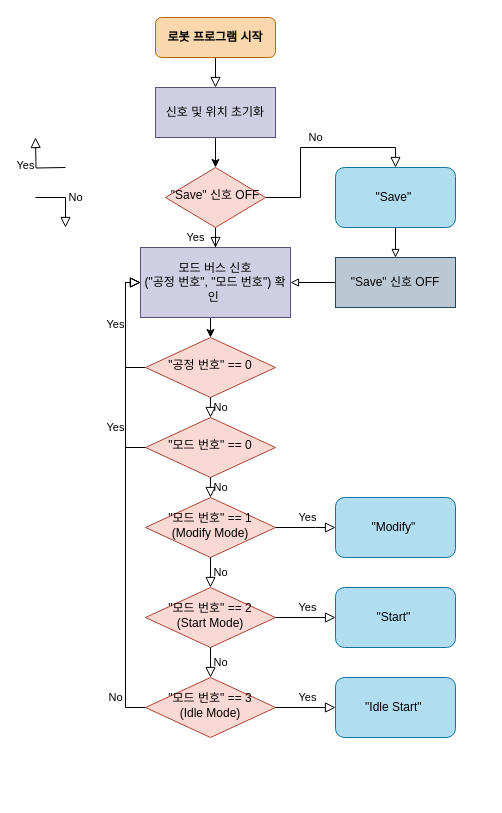
The draw.io diagram page "Page-1" (1 of 3) of 제목 없는 다이어그램.drawio in LeeJuMyeong/Documents, before the edit. Source tidied: cells renumbered, new cells numbered last; positions are measured from the earlier drawing's top-left corner, leaving out a move shared by most shapes. Both pictures are drawn from the tidied source at 100%, with x=0, y=0 at pixel (35, 17).
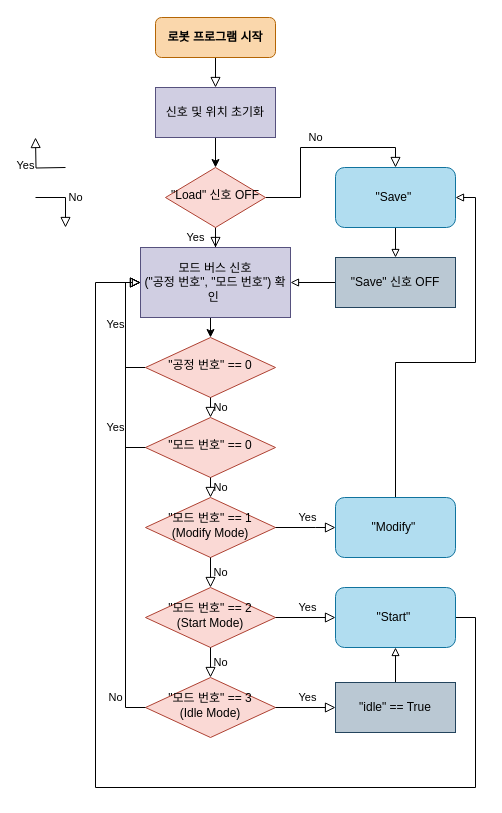
Above is the later version.

The change refers to these unchanged cells:
```xml
<mxCell id="12" value="&quot;Save&quot;&amp;nbsp;" style="rounded=1;whiteSpace=wrap;html=1;fillColor=#b1ddf0;strokeColor=#10739e;" parent="1" vertex="1">
  <mxGeometry x="300" y="150" width="120" height="60" as="geometry" />
</mxCell>
<mxCell id="14" value="모드 버스 신호 &lt;br&gt;(&quot;공정 번호&quot;, &quot;모드 번호&quot;) 확인&amp;nbsp;" style="rounded=0;whiteSpace=wrap;html=1;fillColor=#d0cee2;strokeColor=#56517e;" parent="1" vertex="1">
  <mxGeometry x="105" y="230" width="150" height="70" as="geometry" />
</mxCell>
<mxCell id="21" value="&quot;모드 번호&quot; == 3&lt;br&gt;(Idle Mode)" style="rhombus;whiteSpace=wrap;html=1;shadow=0;fontFamily=Helvetica;fontSize=12;align=center;strokeWidth=1;spacing=6;spacingTop=-4;fillColor=#fad9d5;strokeColor=#ae4132;" parent="1" vertex="1">
  <mxGeometry x="110" y="660" width="130" height="60" as="geometry" />
</mxCell>
<mxCell id="30" value="&quot;Modify&quot;&amp;nbsp;" style="rounded=1;whiteSpace=wrap;html=1;fillColor=#b1ddf0;strokeColor=#10739e;" parent="1" vertex="1">
  <mxGeometry x="300" y="480" width="120" height="60" as="geometry" />
</mxCell>
<mxCell id="31" value="&quot;Start&quot;&amp;nbsp;" style="rounded=1;whiteSpace=wrap;html=1;fillColor=#b1ddf0;strokeColor=#10739e;" parent="1" vertex="1">
  <mxGeometry x="300" y="570" width="120" height="60" as="geometry" />
</mxCell>
```

Diff of the diagram source:
```diff
@@
-    <mxCell id="6" value="&quot;Save&quot; 신호 OFF" style="rhombus;whiteSpace=wrap;html=1;shadow=0;fontFamily=Helvetica;fontSize=12;align=center;strokeWidth=1;spacing=6;spacingTop=-4;fillColor=#fad9d5;strokeColor=#ae4132;" parent="1" vertex="1">
+    <mxCell id="6" value="&quot;Load&quot; 신호 OFF" style="rhombus;whiteSpace=wrap;html=1;shadow=0;fontFamily=Helvetica;fontSize=12;align=center;strokeWidth=1;spacing=6;spacingTop=-4;fillColor=#fad9d5;strokeColor=#ae4132;" parent="1" vertex="1">
       <mxGeometry x="130" y="150" width="100" height="60" as="geometry" />
     </mxCell>
@@
-    <mxCell id="28" value="Yes" style="edgeStyle=orthogonalEdgeStyle;rounded=0;html=1;jettySize=auto;fontSize=11;endArrow=block;endFill=0;endSize=8;strokeWidth=1;shadow=0;labelBackgroundColor=none;exitX=1;exitY=0.5;exitDx=0;exitDy=0;entryX=0;entryY=0.5;entryDx=0;entryDy=0;" parent="1" edge="1" source="21" target="32">
+    <mxCell id="28" value="Yes" style="edgeStyle=orthogonalEdgeStyle;rounded=0;html=1;jettySize=auto;fontSize=11;endArrow=block;endFill=0;endSize=8;strokeWidth=1;shadow=0;labelBackgroundColor=none;exitX=1;exitY=0.5;exitDx=0;exitDy=0;entryX=0;entryY=0.5;entryDx=0;entryDy=0;" parent="1" edge="1" source="21" target="39">
       <mxGeometry x="0.05" y="10" relative="1" as="geometry" />
     </mxCell>
@@
+    <mxCell id="35" style="edgeStyle=orthogonalEdgeStyle;rounded=0;jettySize=auto;html=1;entryX=1;entryY=0.5;entryDx=0;entryDy=0;fontSize=25;fontColor=#FF0000;endArrow=block;endFill=0;" parent="1" edge="1" source="30" target="12">
+      <mxGeometry relative="1" as="geometry" />
+    </mxCell>
@@
+    <mxCell id="36" style="edgeStyle=orthogonalEdgeStyle;rounded=0;jettySize=auto;html=1;exitX=1;exitY=0.5;exitDx=0;exitDy=0;entryX=0;entryY=0.5;entryDx=0;entryDy=0;fontSize=25;fontColor=#FF0000;endArrow=block;endFill=0;" parent="1" edge="1" source="31" target="14">
+      <mxGeometry relative="1" as="geometry">
+        <Array as="points">
+          <mxPoint x="440" y="600" />
+          <mxPoint x="440" y="770" />
+          <mxPoint x="60" y="770" />
+          <mxPoint x="60" y="265" />
+        </Array>
+      </mxGeometry>
+    </mxCell>
@@
-    <mxCell id="32" value="&quot;Idle Start&quot;&amp;nbsp;" style="rounded=1;whiteSpace=wrap;html=1;fillColor=#b1ddf0;strokeColor=#10739e;" parent="1" vertex="1">
-      <mxGeometry x="300" y="660" width="120" height="60" as="geometry" />
-    </mxCell>
@@
+    <mxCell id="37" style="edgeStyle=orthogonalEdgeStyle;rounded=0;orthogonalLoop=1;jettySize=auto;html=1;exitX=0.5;exitY=1;exitDx=0;exitDy=0;fontSize=25;fontColor=#FF0000;endArrow=block;endFill=0;" parent="1" edge="1" source="31" target="31">
+      <mxGeometry relative="1" as="geometry" />
+    </mxCell>
+    <mxCell id="38" style="edgeStyle=orthogonalEdgeStyle;rounded=0;jettySize=auto;html=1;fontSize=25;fontColor=#FF0000;endArrow=block;endFill=0;" parent="1" edge="1" source="39" target="31">
+      <mxGeometry relative="1" as="geometry" />
+    </mxCell>
+    <mxCell id="39" value="&quot;idle&quot; == True" style="rounded=0;whiteSpace=wrap;html=1;fillColor=#bac8d3;strokeColor=#23445d;" parent="1" vertex="1">
+      <mxGeometry x="300" y="665" width="120" height="50" as="geometry" />
+    </mxCell>
```
